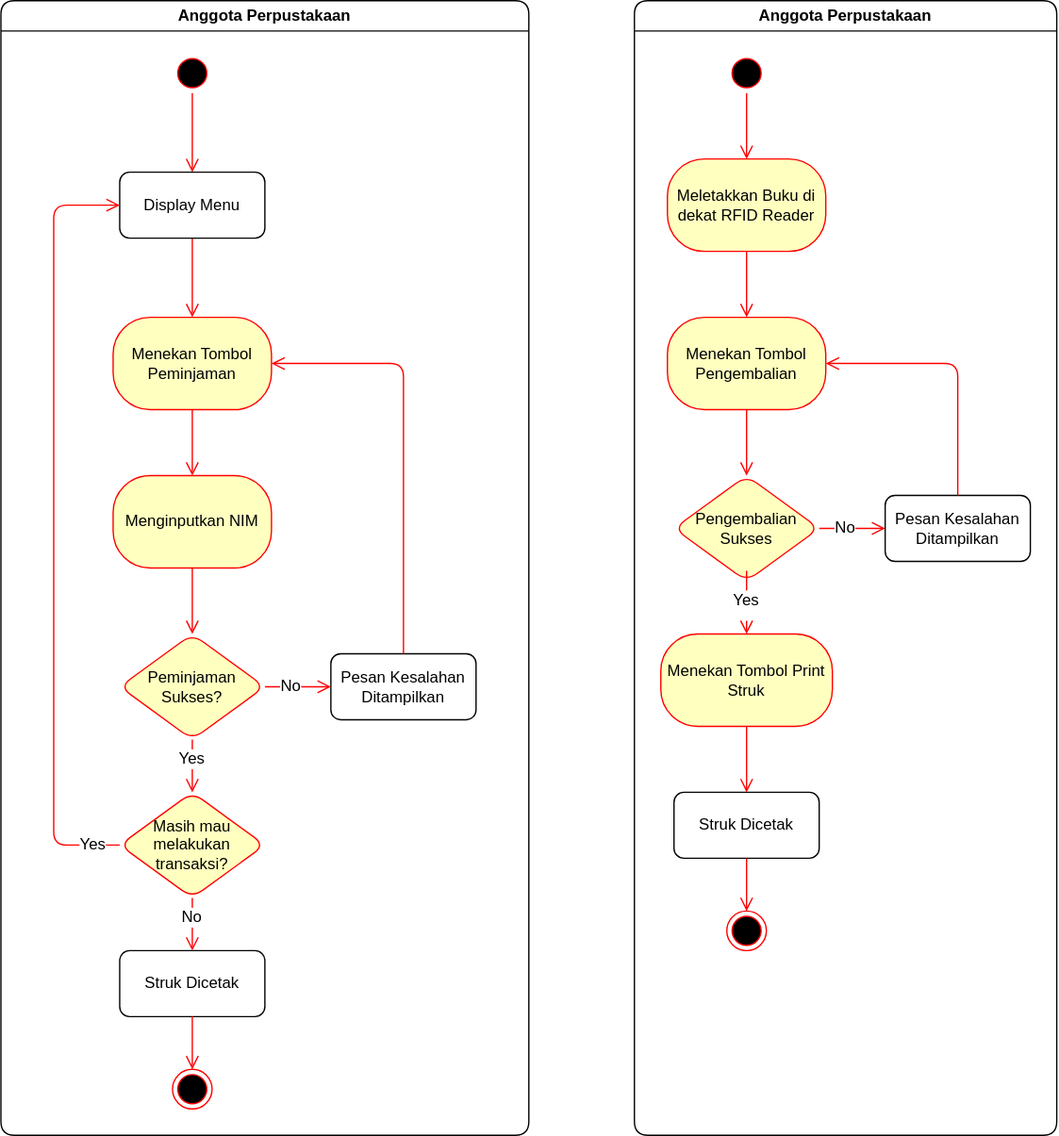
Above: activity-diagram-sisfo-perpustakaan.drawio.svg in fauzan-radji/diagrams (draw.io), before the change. Source tidied: cells renumbered, new cells last; positions are measured from the earlier drawing's top-left corner, leaving out a move shared by most shapes.
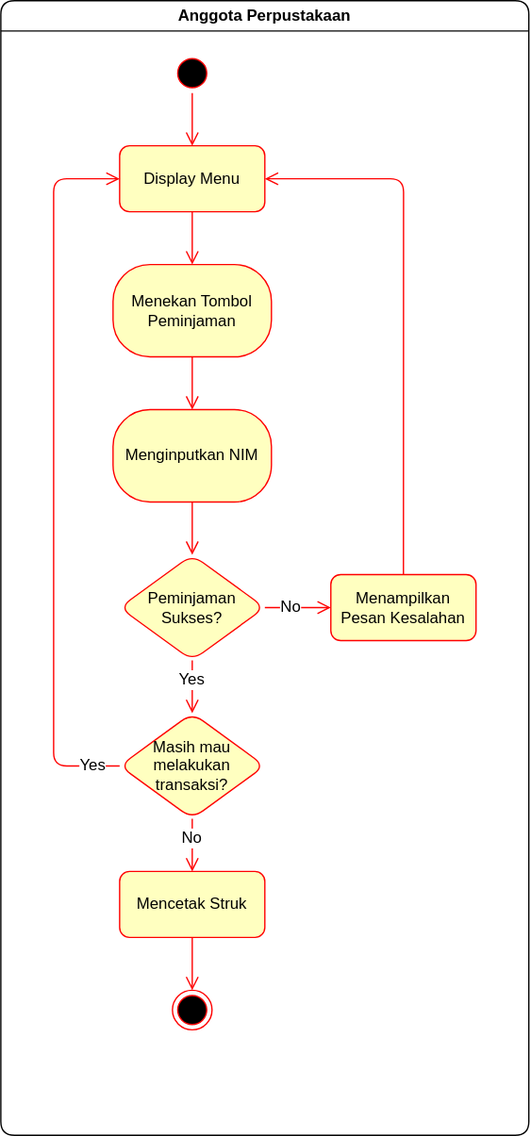
Above is the later version.

What changed in the source:
```diff
@@ -8,146 +8,80 @@
     <mxCell id="3" style="ellipse;shape=startState;fillColor=#000000;strokeColor=#ff0000;rounded=1;" parent="2" vertex="1">
       <mxGeometry x="130" y="40" width="30" height="30" as="geometry" />
     </mxCell>
-    <mxCell id="4" style="edgeStyle=elbowEdgeStyle;elbow=horizontal;verticalAlign=bottom;endArrow=open;endSize=8;strokeColor=#FF0000;endFill=1;rounded=1;entryX=0.5;entryY=0;entryDx=0;entryDy=0;" parent="2" edge="1" source="3" target="21">
-      <mxGeometry x="160" y="40" as="geometry">
-        <Array as="points">
-          <mxPoint x="145" y="90" />
-        </Array>
-      </mxGeometry>
-    </mxCell>
-    <mxCell id="5" style="edgeStyle=orthogonalEdgeStyle;html=1;verticalAlign=bottom;endArrow=open;endSize=8;strokeColor=#ff0000;rounded=1;exitX=0.5;exitY=1;exitDx=0;exitDy=0;entryX=0.5;entryY=0;entryDx=0;entryDy=0;" parent="2" edge="1" source="21" target="6">
-      <mxGeometry relative="1" as="geometry" />
-    </mxCell>
     <mxCell id="6" value="Menekan Tombol Peminjaman" style="rounded=1;whiteSpace=wrap;html=1;arcSize=40;fontColor=#000000;fillColor=#ffffc0;strokeColor=#ff0000;" parent="2" vertex="1">
-      <mxGeometry x="85" y="240" width="120" height="70" as="geometry" />
+      <mxGeometry x="85" y="200" width="120" height="70" as="geometry" />
     </mxCell>
     <mxCell id="7" value="Menginputkan NIM" style="rounded=1;whiteSpace=wrap;html=1;arcSize=40;fontColor=#000000;fillColor=#ffffc0;strokeColor=#ff0000;" parent="2" vertex="1">
-      <mxGeometry x="85" y="360" width="120" height="70" as="geometry" />
+      <mxGeometry x="85" y="310" width="120" height="70" as="geometry" />
     </mxCell>
     <mxCell id="8" value="Peminjaman Sukses?" style="rhombus;fillColor=#ffffc0;strokeColor=#ff0000;rounded=1;whiteSpace=wrap;" parent="2" vertex="1">
-      <mxGeometry x="90" y="480" width="110" height="80" as="geometry" />
+      <mxGeometry x="90" y="420" width="110" height="80" as="geometry" />
     </mxCell>
-    <mxCell id="9" value="Pesan Kesalahan Ditampilkan" style="rounded=1;whiteSpace=wrap;" parent="2" vertex="1">
-      <mxGeometry x="250" y="495" width="110" height="50" as="geometry" />
-    </mxCell>
     <mxCell id="10" style="ellipse;shape=endState;fillColor=#000000;strokeColor=#ff0000;rounded=1;" parent="2" vertex="1">
-      <mxGeometry x="130" y="810" width="30" height="30" as="geometry" />
+      <mxGeometry x="130" y="750" width="30" height="30" as="geometry" />
     </mxCell>
-    <mxCell id="11" value="Struk Dicetak" style="rounded=1;whiteSpace=wrap;" parent="2" vertex="1">
-      <mxGeometry x="90" y="720" width="110" height="50" as="geometry" />
-    </mxCell>
     <mxCell id="12" style="edgeStyle=orthogonalEdgeStyle;html=1;verticalAlign=bottom;endArrow=open;endSize=8;strokeColor=#ff0000;rounded=1;exitX=0.5;exitY=1;exitDx=0;exitDy=0;entryX=0.5;entryY=0;entryDx=0;entryDy=0;" parent="2" edge="1" source="6" target="7">
       <mxGeometry relative="1" as="geometry" />
     </mxCell>
     <mxCell id="13" style="edgeStyle=orthogonalEdgeStyle;html=1;verticalAlign=bottom;endArrow=open;endSize=8;strokeColor=#ff0000;rounded=1;exitX=0.5;exitY=1;exitDx=0;exitDy=0;" parent="2" edge="1" source="7" target="8">
       <mxGeometry relative="1" as="geometry" />
     </mxCell>
-    <mxCell id="14" style="edgeStyle=orthogonalEdgeStyle;html=1;verticalAlign=bottom;endArrow=open;endSize=8;strokeColor=#ff0000;rounded=1;exitX=0.5;exitY=1;exitDx=0;exitDy=0;entryX=0.5;entryY=0;entryDx=0;entryDy=0;" parent="2" edge="1" source="8" target="22">
+    <mxCell id="14" style="edgeStyle=orthogonalEdgeStyle;html=1;verticalAlign=bottom;endArrow=open;endSize=8;strokeColor=#ff0000;rounded=1;exitX=0.5;exitY=1;exitDx=0;exitDy=0;entryX=0.5;entryY=0;entryDx=0;entryDy=0;startArrow=none;" parent="2" edge="1" source="8" target="22">
       <mxGeometry relative="1" as="geometry" />
     </mxCell>
-    <mxCell id="15" style="edgeStyle=orthogonalEdgeStyle;html=1;verticalAlign=bottom;endArrow=open;endSize=8;strokeColor=#ff0000;rounded=1;exitX=0.5;exitY=1;exitDx=0;exitDy=0;entryX=0.5;entryY=0;entryDx=0;entryDy=0;" parent="2" edge="1" source="22" target="11">
-      <mxGeometry relative="1" as="geometry" />
+    <mxCell id="15" style="edgeStyle=orthogonalEdgeStyle;html=1;verticalAlign=bottom;endArrow=open;endSize=8;strokeColor=#ff0000;rounded=1;exitX=0.5;exitY=1;exitDx=0;exitDy=0;entryX=0.5;entryY=0;entryDx=0;entryDy=0;startArrow=none;" parent="2" edge="1" source="22">
+      <mxGeometry relative="1" as="geometry">
+        <mxPoint x="145" y="660" as="targetPoint" />
+      </mxGeometry>
     </mxCell>
-    <mxCell id="16" style="edgeStyle=orthogonalEdgeStyle;html=1;verticalAlign=bottom;endArrow=open;endSize=8;strokeColor=#ff0000;rounded=1;exitX=0.5;exitY=1;exitDx=0;exitDy=0;entryX=0.5;entryY=0;entryDx=0;entryDy=0;" parent="2" edge="1" source="11" target="10">
-      <mxGeometry relative="1" as="geometry" />
+    <mxCell id="16" style="edgeStyle=orthogonalEdgeStyle;html=1;verticalAlign=bottom;endArrow=open;endSize=8;strokeColor=#ff0000;rounded=1;exitX=0.5;exitY=1;exitDx=0;exitDy=0;entryX=0.5;entryY=0;entryDx=0;entryDy=0;" parent="2" edge="1" target="10">
+      <mxGeometry relative="1" as="geometry">
+        <mxPoint x="145" y="710" as="sourcePoint" />
+      </mxGeometry>
     </mxCell>
-    <mxCell id="17" style="edgeStyle=orthogonalEdgeStyle;html=1;verticalAlign=bottom;endArrow=open;endSize=8;strokeColor=#ff0000;rounded=1;exitX=1;exitY=0.5;exitDx=0;exitDy=0;" parent="2" edge="1" source="8">
-      <mxGeometry relative="1" as="geometry">
-        <mxPoint x="250" y="520" as="targetPoint" />
-      </mxGeometry>
+    <mxCell id="17" style="edgeStyle=orthogonalEdgeStyle;html=1;verticalAlign=bottom;endArrow=open;endSize=8;strokeColor=#ff0000;rounded=1;exitX=1;exitY=0.5;exitDx=0;exitDy=0;entryX=0;entryY=0.5;entryDx=0;entryDy=0;" parent="2" edge="1" source="8" target="50">
+      <mxGeometry relative="1" as="geometry" />
     </mxCell>
+    <mxCell id="23" style="edgeStyle=orthogonalEdgeStyle;shape=connector;rounded=1;jettySize=auto;html=1;exitX=0;exitY=0.5;exitDx=0;exitDy=0;entryX=0;entryY=0.5;entryDx=0;entryDy=0;labelBackgroundColor=default;fontFamily=Helvetica;fontSize=12;fontColor=#000000;endArrow=open;endSize=8;strokeColor=#ff0000;" parent="2" edge="1" source="22" target="21">
+      <mxGeometry relative="1" as="geometry">
+        <Array as="points">
+          <mxPoint x="40" y="580" />
+          <mxPoint x="40" y="135" />
+        </Array>
+      </mxGeometry>
+    </mxCell>
+    <mxCell id="22" value="Masih mau melakukan transaksi?" style="rhombus;fillColor=#ffffc0;strokeColor=#ff0000;rounded=1;whiteSpace=wrap;" parent="2" vertex="1">
+      <mxGeometry x="90" y="540" width="110" height="80" as="geometry" />
+    </mxCell>
+    <mxCell id="46" value="No" style="text;html=1;strokeColor=none;fillColor=none;align=center;verticalAlign=middle;whiteSpace=wrap;rounded=0;labelBackgroundColor=default;" parent="2" vertex="1">
+      <mxGeometry x="205" y="445" width="30" height="30" as="geometry" />
+    </mxCell>
+    <mxCell id="47" value="Yes" style="text;html=1;strokeColor=none;fillColor=none;align=center;verticalAlign=middle;whiteSpace=wrap;rounded=0;labelBackgroundColor=default;" parent="2" vertex="1">
+      <mxGeometry x="130" y="500" width="30" height="30" as="geometry" />
+    </mxCell>
+    <mxCell id="48" value="Yes" style="text;html=1;strokeColor=none;fillColor=none;align=center;verticalAlign=middle;whiteSpace=wrap;rounded=0;labelBackgroundColor=default;" parent="2" vertex="1">
+      <mxGeometry x="55" y="565" width="30" height="30" as="geometry" />
+    </mxCell>
+    <mxCell id="49" value="No" style="text;html=1;strokeColor=none;fillColor=none;align=center;verticalAlign=middle;whiteSpace=wrap;rounded=0;labelBackgroundColor=default;" parent="2" vertex="1">
+      <mxGeometry x="130" y="620" width="30" height="30" as="geometry" />
+    </mxCell>
+    <mxCell id="5" style="edgeStyle=orthogonalEdgeStyle;shape=connector;rounded=1;jettySize=auto;html=1;entryX=0.5;entryY=0;entryDx=0;entryDy=0;labelBackgroundColor=default;fontFamily=Helvetica;fontSize=12;fontColor=#000000;endArrow=open;endSize=8;strokeColor=#ff0000;" parent="2" edge="1" source="21" target="6">
+      <mxGeometry relative="1" as="geometry" />
+    </mxCell>
+    <mxCell id="21" value="Display Menu" style="rounded=1;whiteSpace=wrap;fillColor=#FFFFC0;strokeColor=#FF0000;" parent="2" vertex="1">
+      <mxGeometry x="90" y="110" width="110" height="50" as="geometry" />
+    </mxCell>
-    <mxCell id="18" style="edgeStyle=orthogonalEdgeStyle;html=1;verticalAlign=bottom;endArrow=open;endSize=8;strokeColor=#ff0000;rounded=1;exitX=0.5;exitY=0;exitDx=0;exitDy=0;entryX=1;entryY=0.5;entryDx=0;entryDy=0;" parent="2" edge="1" source="9" target="6">
+    <mxCell id="18" style="edgeStyle=orthogonalEdgeStyle;html=1;verticalAlign=bottom;endArrow=open;endSize=8;strokeColor=#ff0000;rounded=1;entryX=1;entryY=0.5;entryDx=0;entryDy=0;exitX=0.5;exitY=0;exitDx=0;exitDy=0;" parent="2" edge="1" source="50" target="21">
       <mxGeometry relative="1" as="geometry" />
     </mxCell>
-    <mxCell id="19" value="Yes" style="text;html=1;strokeColor=none;fillColor=none;align=center;verticalAlign=middle;whiteSpace=wrap;rounded=0;labelBackgroundColor=default;" parent="2" vertex="1">
-      <mxGeometry x="115" y="560" width="60" height="30" as="geometry" />
-    </mxCell>
-    <mxCell id="20" value="No" style="text;html=1;strokeColor=none;fillColor=none;align=center;verticalAlign=middle;whiteSpace=wrap;rounded=0;labelBackgroundColor=default;" parent="2" vertex="1">
-      <mxGeometry x="190" y="505" width="60" height="30" as="geometry" />
-    </mxCell>
-    <mxCell id="21" value="Display Menu" style="rounded=1;whiteSpace=wrap;" parent="2" vertex="1">
-      <mxGeometry x="90" y="130" width="110" height="50" as="geometry" />
-    </mxCell>
-    <mxCell id="22" value="Masih mau melakukan transaksi?" style="rhombus;fillColor=#ffffc0;strokeColor=#ff0000;rounded=1;whiteSpace=wrap;" parent="2" vertex="1">
-      <mxGeometry x="90" y="600" width="110" height="80" as="geometry" />
-    </mxCell>
-    <mxCell id="23" style="edgeStyle=orthogonalEdgeStyle;html=1;verticalAlign=bottom;endArrow=open;endSize=8;strokeColor=#ff0000;rounded=1;entryX=0;entryY=0.5;entryDx=0;entryDy=0;startArrow=none;" parent="2" edge="1" source="22" target="21">
-      <mxGeometry relative="1" as="geometry">
-        <Array as="points">
-          <mxPoint x="40" y="640" />
-          <mxPoint x="40" y="155" />
-        </Array>
-      </mxGeometry>
-    </mxCell>
-    <mxCell id="24" value="No" style="text;html=1;strokeColor=none;fillColor=none;align=center;verticalAlign=middle;whiteSpace=wrap;rounded=0;labelBackgroundColor=default;" parent="2" vertex="1">
-      <mxGeometry x="115" y="680" width="60" height="30" as="geometry" />
-    </mxCell>
-    <mxCell id="25" value="Yes" style="text;html=1;strokeColor=none;fillColor=none;align=center;verticalAlign=middle;whiteSpace=wrap;rounded=0;labelBackgroundColor=default;" parent="2" vertex="1">
-      <mxGeometry x="40" y="625" width="60" height="30" as="geometry" />
-    </mxCell>
-    <mxCell id="26" value="Anggota Perpustakaan" style="swimlane;whiteSpace=wrap;rounded=1;" parent="1" vertex="1">
-      <mxGeometry x="480" width="320" height="860" as="geometry" />
-    </mxCell>
-    <mxCell id="27" style="ellipse;shape=startState;fillColor=#000000;strokeColor=#ff0000;rounded=1;" parent="26" vertex="1">
-      <mxGeometry x="70" y="40" width="30" height="30" as="geometry" />
-    </mxCell>
-    <mxCell id="28" style="edgeStyle=elbowEdgeStyle;elbow=horizontal;verticalAlign=bottom;endArrow=open;endSize=8;strokeColor=#FF0000;endFill=1;rounded=1;entryX=0.5;entryY=0;entryDx=0;entryDy=0;" parent="26" edge="1" source="27" target="29">
-      <mxGeometry x="100" y="40" as="geometry">
-        <Array as="points">
-          <mxPoint x="85" y="90" />
-        </Array>
-      </mxGeometry>
-    </mxCell>
-    <mxCell id="29" value="Meletakkan Buku di dekat RFID Reader" style="rounded=1;whiteSpace=wrap;html=1;arcSize=40;fontColor=#000000;fillColor=#ffffc0;strokeColor=#ff0000;" parent="26" vertex="1">
-      <mxGeometry x="25" y="120" width="120" height="70" as="geometry" />
-    </mxCell>
-    <mxCell id="30" style="edgeStyle=orthogonalEdgeStyle;html=1;verticalAlign=bottom;endArrow=open;endSize=8;strokeColor=#ff0000;rounded=1;exitX=0.5;exitY=1;exitDx=0;exitDy=0;entryX=0.5;entryY=0;entryDx=0;entryDy=0;" parent="26" edge="1" source="29" target="31">
-      <mxGeometry relative="1" as="geometry" />
-    </mxCell>
-    <mxCell id="31" value="Menekan Tombol Pengembalian" style="rounded=1;whiteSpace=wrap;html=1;arcSize=40;fontColor=#000000;fillColor=#ffffc0;strokeColor=#ff0000;" parent="26" vertex="1">
-      <mxGeometry x="25" y="240" width="120" height="70" as="geometry" />
-    </mxCell>
-    <mxCell id="32" value="Menekan Tombol Print Struk" style="rounded=1;whiteSpace=wrap;html=1;arcSize=40;fontColor=#000000;fillColor=#ffffc0;strokeColor=#ff0000;" parent="26" vertex="1">
-      <mxGeometry x="20" y="480" width="130" height="70" as="geometry" />
-    </mxCell>
-    <mxCell id="33" value="Pengembalian &#10;Sukses" style="rhombus;fillColor=#ffffc0;strokeColor=#ff0000;rounded=1;whiteSpace=wrap;" parent="26" vertex="1">
-      <mxGeometry x="30" y="360" width="110" height="80" as="geometry" />
-    </mxCell>
-    <mxCell id="34" value="Pesan Kesalahan Ditampilkan" style="rounded=1;whiteSpace=wrap;" parent="26" vertex="1">
-      <mxGeometry x="190" y="375" width="110" height="50" as="geometry" />
-    </mxCell>
-    <mxCell id="35" style="ellipse;shape=endState;fillColor=#000000;strokeColor=#ff0000;rounded=1;" parent="26" vertex="1">
-      <mxGeometry x="70" y="690" width="30" height="30" as="geometry" />
-    </mxCell>
-    <mxCell id="36" value="Struk Dicetak" style="rounded=1;whiteSpace=wrap;" parent="26" vertex="1">
-      <mxGeometry x="30" y="600" width="110" height="50" as="geometry" />
-    </mxCell>
-    <mxCell id="37" style="edgeStyle=orthogonalEdgeStyle;html=1;verticalAlign=bottom;endArrow=open;endSize=8;strokeColor=#ff0000;rounded=1;exitX=0.5;exitY=1;exitDx=0;exitDy=0;" parent="26" edge="1" source="31" target="33">
-      <mxGeometry relative="1" as="geometry" />
-    </mxCell>
-    <mxCell id="38" style="edgeStyle=orthogonalEdgeStyle;html=1;verticalAlign=bottom;endArrow=open;endSize=8;strokeColor=#ff0000;rounded=1;exitX=0.5;exitY=1;exitDx=0;exitDy=0;startArrow=none;" parent="26" edge="1" source="42" target="32">
-      <mxGeometry relative="1" as="geometry" />
-    </mxCell>
-    <mxCell id="39" style="edgeStyle=orthogonalEdgeStyle;html=1;verticalAlign=bottom;endArrow=open;endSize=8;strokeColor=#ff0000;rounded=1;exitX=0.5;exitY=1;exitDx=0;exitDy=0;entryX=0.5;entryY=0;entryDx=0;entryDy=0;" parent="26" edge="1" source="32" target="36">
-      <mxGeometry relative="1" as="geometry" />
-    </mxCell>
-    <mxCell id="40" style="edgeStyle=orthogonalEdgeStyle;html=1;verticalAlign=bottom;endArrow=open;endSize=8;strokeColor=#ff0000;rounded=1;exitX=0.5;exitY=1;exitDx=0;exitDy=0;entryX=0.5;entryY=0;entryDx=0;entryDy=0;" parent="26" edge="1" source="36" target="35">
-      <mxGeometry relative="1" as="geometry" />
-    </mxCell>
-    <mxCell id="41" style="edgeStyle=orthogonalEdgeStyle;html=1;verticalAlign=bottom;endArrow=open;endSize=8;strokeColor=#ff0000;rounded=1;exitX=0.5;exitY=0;exitDx=0;exitDy=0;entryX=1;entryY=0.5;entryDx=0;entryDy=0;" parent="26" edge="1" source="34" target="31">
-      <mxGeometry relative="1" as="geometry" />
-    </mxCell>
-    <mxCell id="42" value="Yes" style="text;html=1;strokeColor=none;fillColor=none;align=center;verticalAlign=middle;whiteSpace=wrap;rounded=0;labelBackgroundColor=default;" parent="26" vertex="1">
-      <mxGeometry x="55" y="440" width="60" height="30" as="geometry" />
-    </mxCell>
-    <mxCell id="43" style="edgeStyle=orthogonalEdgeStyle;html=1;verticalAlign=bottom;endArrow=none;endSize=8;strokeColor=#ff0000;rounded=1;exitX=0.5;exitY=1;exitDx=0;exitDy=0;" parent="26" edge="1" source="33" target="42">
-      <mxGeometry relative="1" as="geometry" />
-    </mxCell>
-    <mxCell id="44" style="edgeStyle=orthogonalEdgeStyle;html=1;verticalAlign=bottom;endArrow=open;endSize=8;strokeColor=#ff0000;rounded=1;exitX=1;exitY=0.5;exitDx=0;exitDy=0;entryX=0;entryY=0.5;entryDx=0;entryDy=0;" parent="26" edge="1" source="33" target="34">
-      <mxGeometry relative="1" as="geometry" />
-    </mxCell>
-    <mxCell id="45" value="No" style="text;html=1;strokeColor=none;fillColor=none;align=center;verticalAlign=middle;whiteSpace=wrap;rounded=0;labelBackgroundColor=default;" parent="26" vertex="1">
-      <mxGeometry x="130" y="385" width="60" height="30" as="geometry" />
-    </mxCell>
+    <mxCell id="4" style="edgeStyle=orthogonalEdgeStyle;shape=connector;rounded=1;jettySize=auto;html=1;labelBackgroundColor=default;fontFamily=Helvetica;fontSize=12;fontColor=#000000;endArrow=open;endSize=8;strokeColor=#ff0000;" parent="2" edge="1" source="3" target="21">
+      <mxGeometry relative="1" as="geometry" />
+    </mxCell>
+    <mxCell id="50" value="Menampilkan Pesan Kesalahan" style="rounded=1;whiteSpace=wrap;fillColor=#FFFFC0;strokeColor=#FF0000;" parent="2" vertex="1">
+      <mxGeometry x="250" y="435" width="110" height="50" as="geometry" />
+    </mxCell>
+    <mxCell id="51" value="Mencetak Struk" style="rounded=1;whiteSpace=wrap;fillColor=#FFFFC0;strokeColor=#FF0000;" parent="2" vertex="1">
+      <mxGeometry x="90" y="660" width="110" height="50" as="geometry" />
+    </mxCell>
   </root>
 </mxGraphModel>
```
